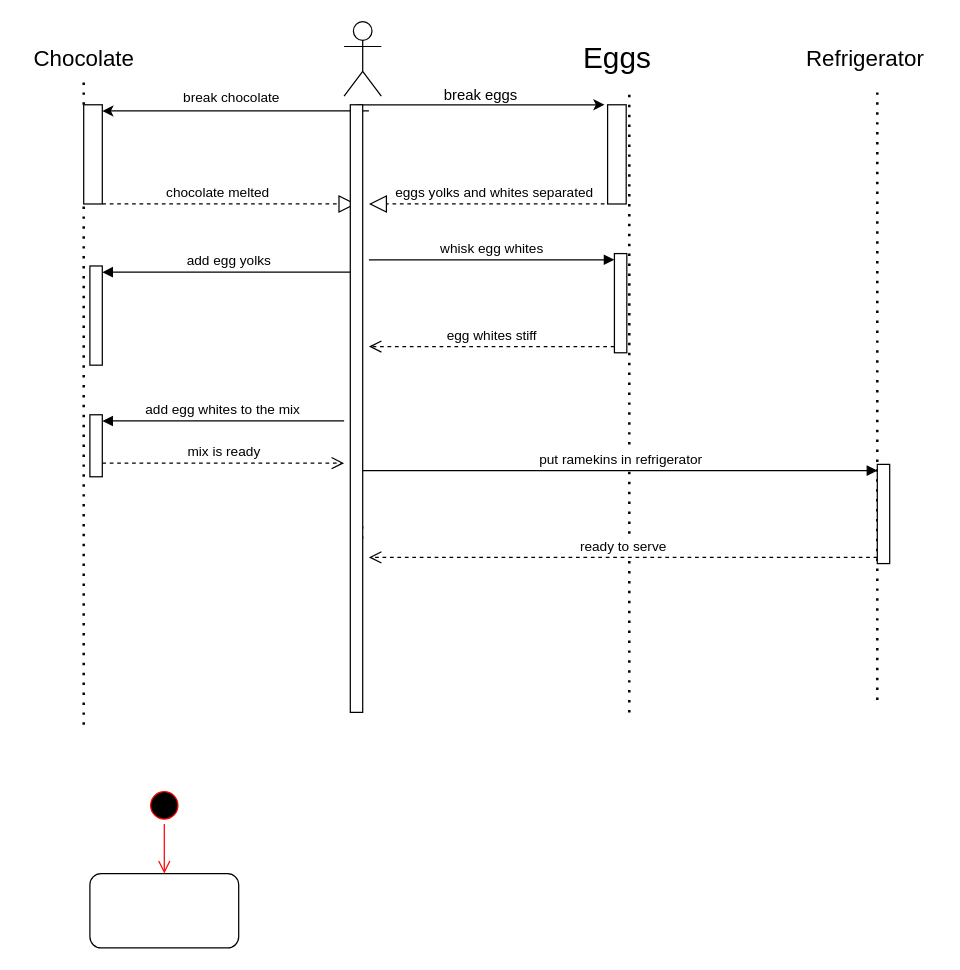
The draw.io diagram TP5/ex3.drawio in YoussefGUERAI/TP_SW, before the edit. Source tidied: cells renumbered, new cells numbered last; positions are measured from the earlier drawing's top-left corner, leaving out a move shared by most shapes. Both pictures are drawn from the tidied source at 124%, with x=0, y=0 at pixel (21, 21).
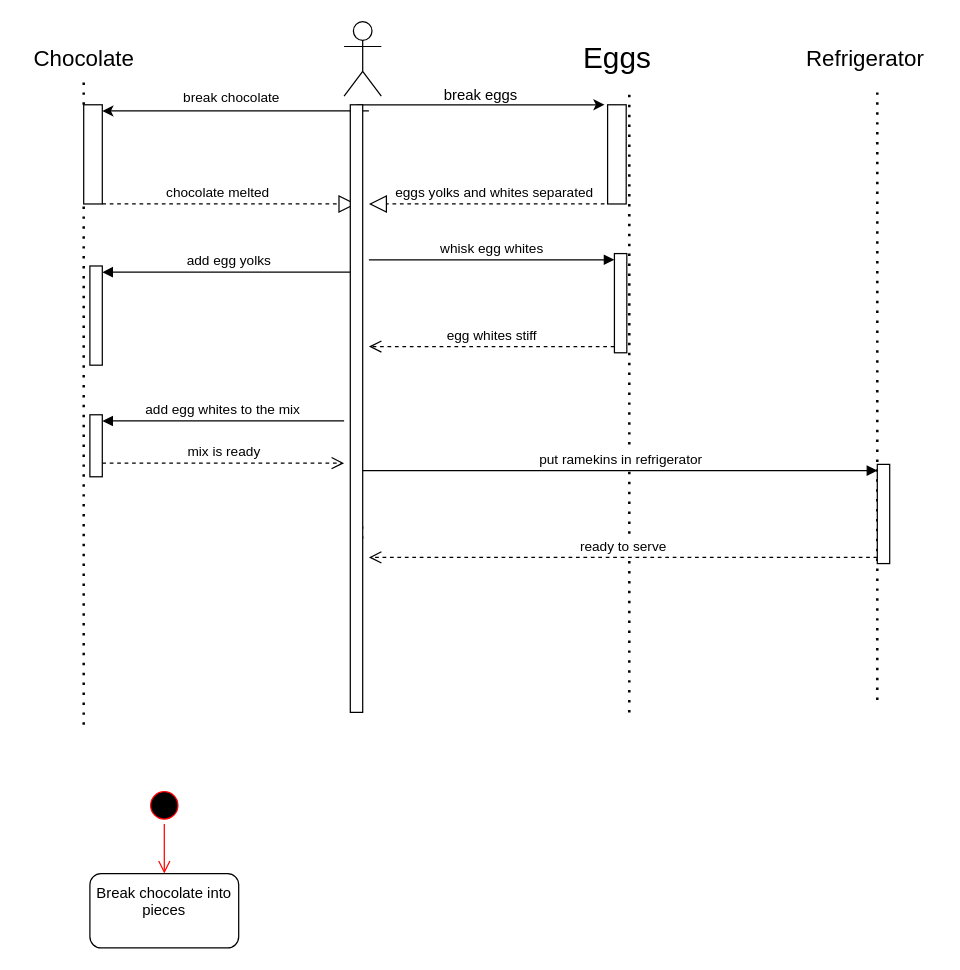
The same diagram, later.

What changed in the source:
```diff
@@
-    <mxCell id="36" style="rounded=1;whiteSpace=wrap;html=1;" parent="1" vertex="1">
+    <mxCell id="36" value="Break chocolate into pieces&lt;div&gt;&lt;br&gt;&lt;/div&gt;" style="rounded=1;whiteSpace=wrap;html=1;" parent="1" vertex="1">
       <mxGeometry x="55" y="687" width="120" height="60" as="geometry" />
     </mxCell>
```
